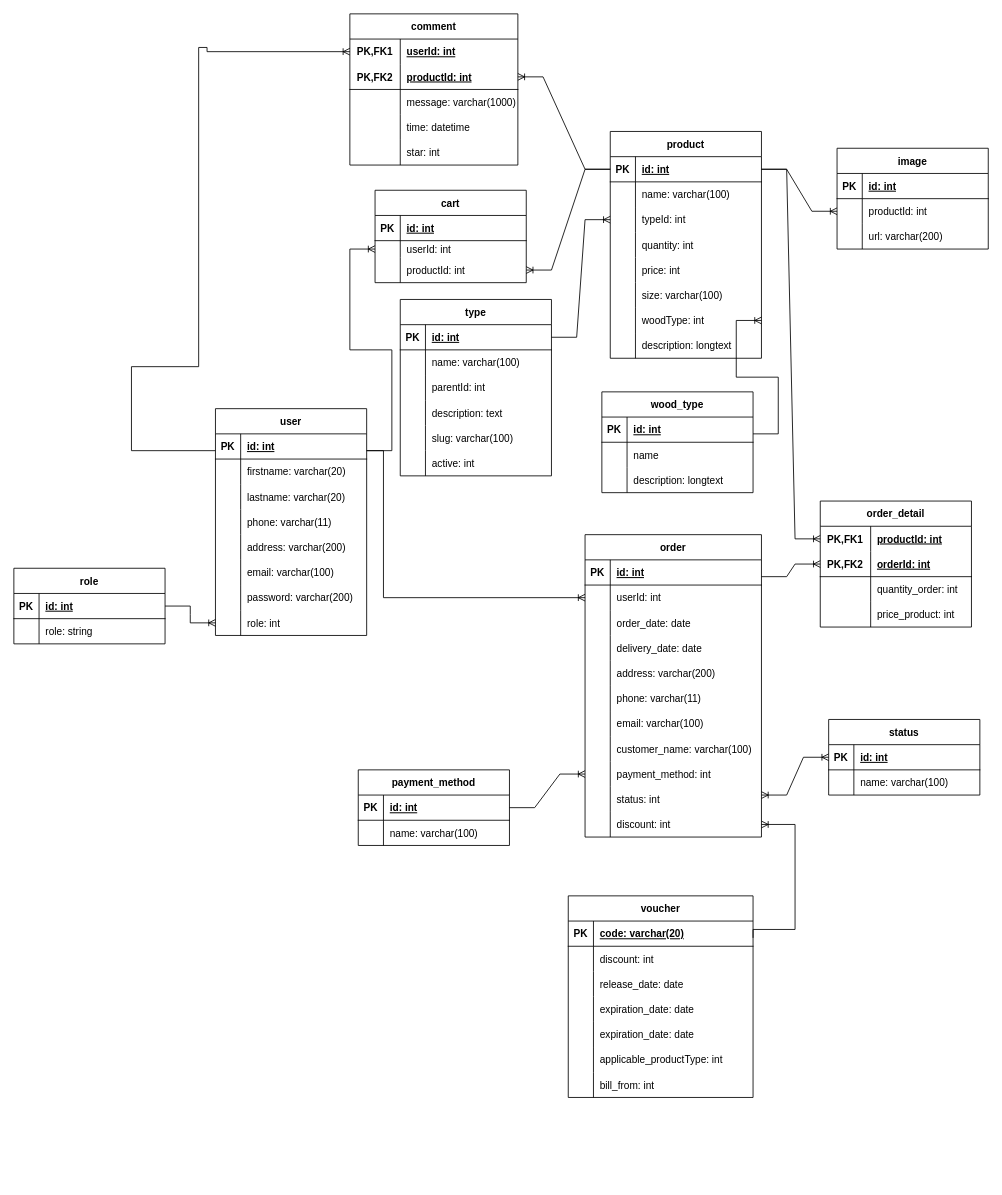
phanphuc2210/MocPhuc_Angular keeps this draw.io diagram as MocPhuc.drawio. Above is the earlier version. Source tidied: cells renumbered, new cells numbered last; positions are measured from the earlier drawing's top-left corner, leaving out a move shared by most shapes. Both pictures are drawn from the tidied source at 84%, with x=0, y=0 at pixel (13, 13).
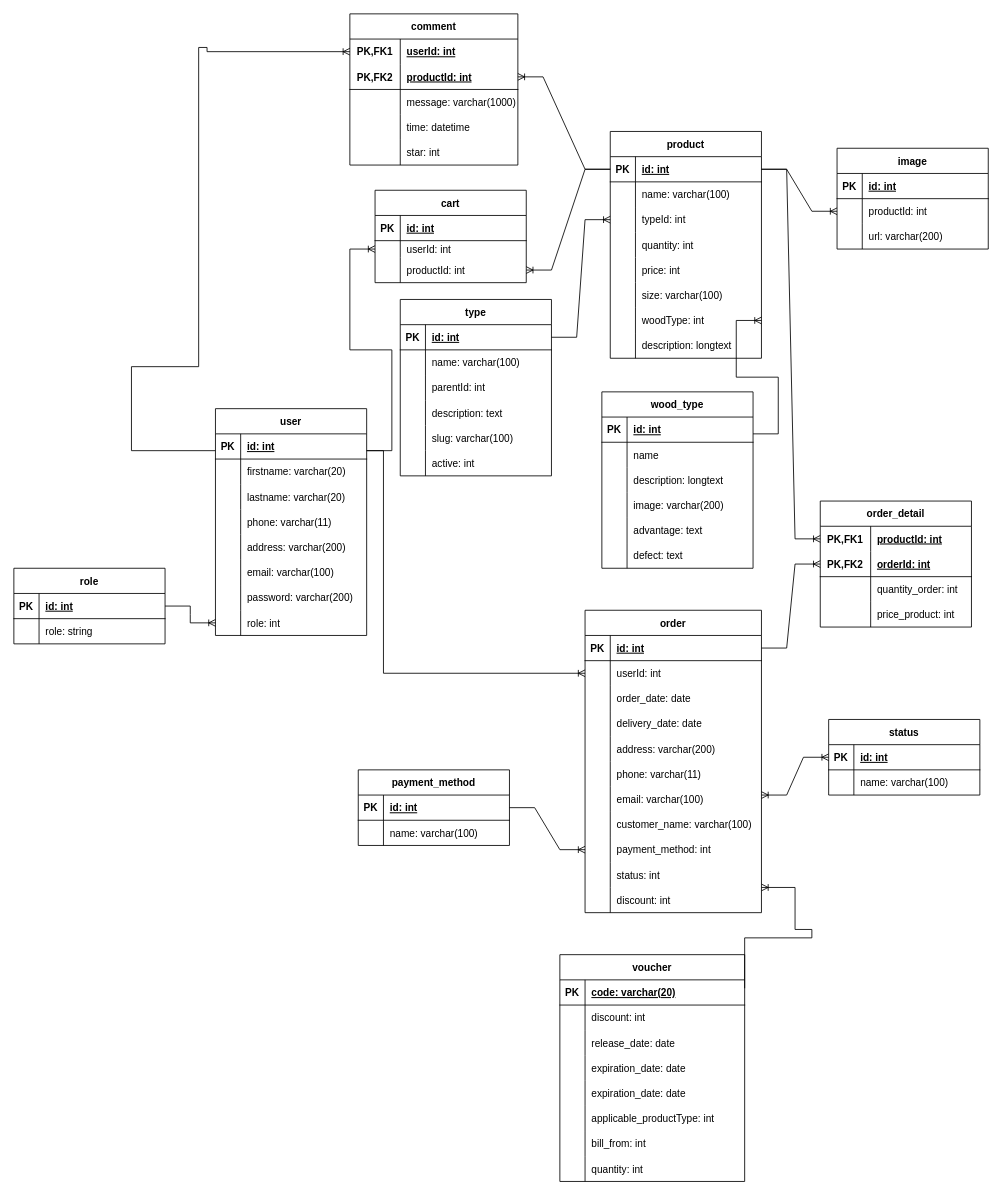
The same page after the edit.

The change refers to these unchanged cells:
```xml
<mxCell id="38" style="shape=tableRow;horizontal=0;startSize=0;swimlaneHead=0;swimlaneBody=0;fillColor=none;points=[[0,0.5],[1,0.5]];portConstraint=eastwest;top=0;left=0;right=0;bottom=1;" parent="37" vertex="1">
  <mxGeometry y="30" width="210" height="30" as="geometry" />
</mxCell>
<mxCell id="68" style="shape=tableRow;horizontal=0;startSize=0;swimlaneHead=0;swimlaneBody=0;fillColor=none;points=[[0,0.5],[1,0.5]];portConstraint=eastwest;top=0;left=0;right=0;bottom=0;" parent="37" vertex="1">
  <mxGeometry y="330" width="210" height="30" as="geometry" />
</mxCell>
<mxCell id="75" style="shape=tableRow;horizontal=0;startSize=0;swimlaneHead=0;swimlaneBody=0;fillColor=none;points=[[0,0.5],[1,0.5]];portConstraint=eastwest;top=0;left=0;right=0;bottom=1;" parent="71" vertex="1">
  <mxGeometry y="60" width="180" height="30" as="geometry" />
</mxCell>
```

The edit, as a diff of the source:
```diff
@@
     <mxCell id="37" value="order" style="shape=table;startSize=30;childLayout=tableLayout;rowLines=0;fontStyle=1;align=center;" parent="1" vertex="1">
-      <mxGeometry x="680" y="620" width="210" height="360" as="geometry" />
+      <mxGeometry x="680" y="710" width="210" height="360" as="geometry" />
     </mxCell>
@@
     <mxCell id="101" value="voucher" style="shape=table;startSize=30;childLayout=tableLayout;rowLines=0;fontStyle=1;align=center;" parent="1" vertex="1">
-      <mxGeometry x="660" y="1050" width="220" height="240" as="geometry" />
+      <mxGeometry x="650" y="1120" width="220" height="270" as="geometry" />
     </mxCell>
@@
+    <mxCell id="221" style="shape=tableRow;horizontal=0;startSize=0;swimlaneHead=0;swimlaneBody=0;fillColor=none;top=0;left=0;right=0;bottom=0;" parent="101" vertex="1">
+      <mxGeometry y="240" width="220" height="30" as="geometry" />
+    </mxCell>
+    <mxCell id="222" style="shape=partialRectangle;fillColor=none;top=0;left=0;bottom=0;right=0;overflow=hidden;" parent="221" vertex="1">
+      <mxGeometry width="30" height="30" as="geometry" />
+    </mxCell>
+    <mxCell id="223" value="quantity: int" style="shape=partialRectangle;fillColor=none;top=0;left=0;bottom=0;right=0;align=left;spacingLeft=6;overflow=hidden;" parent="221" vertex="1">
+      <mxGeometry x="30" width="190" height="30" as="geometry" />
+    </mxCell>
@@
-    <mxCell id="149" style="fontSize=12;html=1;endArrow=ERoneToMany;rounded=0;edgeStyle=entityRelationEdgeStyle;entryX=0;entryY=0.5;entryDx=0;entryDy=0;" parent="1" edge="1" target="75">
-      <mxGeometry relative="1" as="geometry">
-        <mxPoint x="890" y="670" as="sourcePoint" />
-      </mxGeometry>
+    <mxCell id="149" style="fontSize=12;html=1;endArrow=ERoneToMany;rounded=0;edgeStyle=entityRelationEdgeStyle;entryX=0;entryY=0.5;entryDx=0;entryDy=0;exitX=1;exitY=0.5;exitDx=0;exitDy=0;" parent="1" edge="1" source="38" target="75">
+      <mxGeometry relative="1" as="geometry" />
     </mxCell>
@@
-    <mxCell id="153" style="edgeStyle=orthogonalEdgeStyle;fontSize=12;html=1;endArrow=ERoneToMany;rounded=0;entryX=1;entryY=0.5;entryDx=0;entryDy=0;" parent="1" edge="1" target="68">
+    <mxCell id="153" style="edgeStyle=orthogonalEdgeStyle;fontSize=12;html=1;endArrow=ERoneToMany;rounded=0;" parent="1" edge="1" target="68">
       <mxGeometry relative="1" as="geometry">
-        <mxPoint x="880" y="1100" as="sourcePoint" />
+        <mxPoint x="870" y="1160" as="sourcePoint" />
         <Array as="points">
-          <mxPoint x="880" y="1090" />
+          <mxPoint x="870" y="1100" />
+          <mxPoint x="950" y="1100" />
+          <mxPoint x="950" y="1090" />
           <mxPoint x="930" y="1090" />
-          <mxPoint x="930" y="965" />
+          <mxPoint x="930" y="1040" />
         </Array>
       </mxGeometry>
     </mxCell>
@@
     <mxCell id="181" value="wood_type" style="shape=table;startSize=30;childLayout=tableLayout;rowLines=0;fontStyle=1;align=center;" parent="1" vertex="1">
-      <mxGeometry x="700" y="450" width="180" height="120" as="geometry" />
+      <mxGeometry x="700" y="450" width="180" height="210" as="geometry" />
     </mxCell>
@@
+    <mxCell id="224" style="shape=tableRow;horizontal=0;startSize=0;swimlaneHead=0;swimlaneBody=0;fillColor=none;top=0;left=0;right=0;bottom=0;" parent="181" vertex="1">
+      <mxGeometry y="120" width="180" height="30" as="geometry" />
+    </mxCell>
+    <mxCell id="225" style="shape=partialRectangle;fillColor=none;top=0;left=0;bottom=0;right=0;overflow=hidden;" parent="224" vertex="1">
+      <mxGeometry width="30" height="30" as="geometry" />
+    </mxCell>
+    <mxCell id="226" value="image: varchar(200)" style="shape=partialRectangle;fillColor=none;top=0;left=0;bottom=0;right=0;align=left;spacingLeft=6;overflow=hidden;" parent="224" vertex="1">
+      <mxGeometry x="30" width="150" height="30" as="geometry" />
+    </mxCell>
+    <mxCell id="227" style="shape=tableRow;horizontal=0;startSize=0;swimlaneHead=0;swimlaneBody=0;fillColor=none;top=0;left=0;right=0;bottom=0;" parent="181" vertex="1">
+      <mxGeometry y="150" width="180" height="30" as="geometry" />
+    </mxCell>
+    <mxCell id="228" style="shape=partialRectangle;fillColor=none;top=0;left=0;bottom=0;right=0;overflow=hidden;" parent="227" vertex="1">
+      <mxGeometry width="30" height="30" as="geometry" />
+    </mxCell>
+    <mxCell id="229" value="advantage: text" style="shape=partialRectangle;fillColor=none;top=0;left=0;bottom=0;right=0;align=left;spacingLeft=6;overflow=hidden;" parent="227" vertex="1">
+      <mxGeometry x="30" width="150" height="30" as="geometry" />
+    </mxCell>
+    <mxCell id="230" style="shape=tableRow;horizontal=0;startSize=0;swimlaneHead=0;swimlaneBody=0;fillColor=none;top=0;left=0;right=0;bottom=0;" parent="181" vertex="1">
+      <mxGeometry y="180" width="180" height="30" as="geometry" />
+    </mxCell>
+    <mxCell id="231" style="shape=partialRectangle;fillColor=none;top=0;left=0;bottom=0;right=0;overflow=hidden;" parent="230" vertex="1">
+      <mxGeometry width="30" height="30" as="geometry" />
+    </mxCell>
+    <mxCell id="232" value="defect: text" style="shape=partialRectangle;fillColor=none;top=0;left=0;bottom=0;right=0;align=left;spacingLeft=6;overflow=hidden;" parent="230" vertex="1">
+      <mxGeometry x="30" width="150" height="30" as="geometry" />
+    </mxCell>
```
